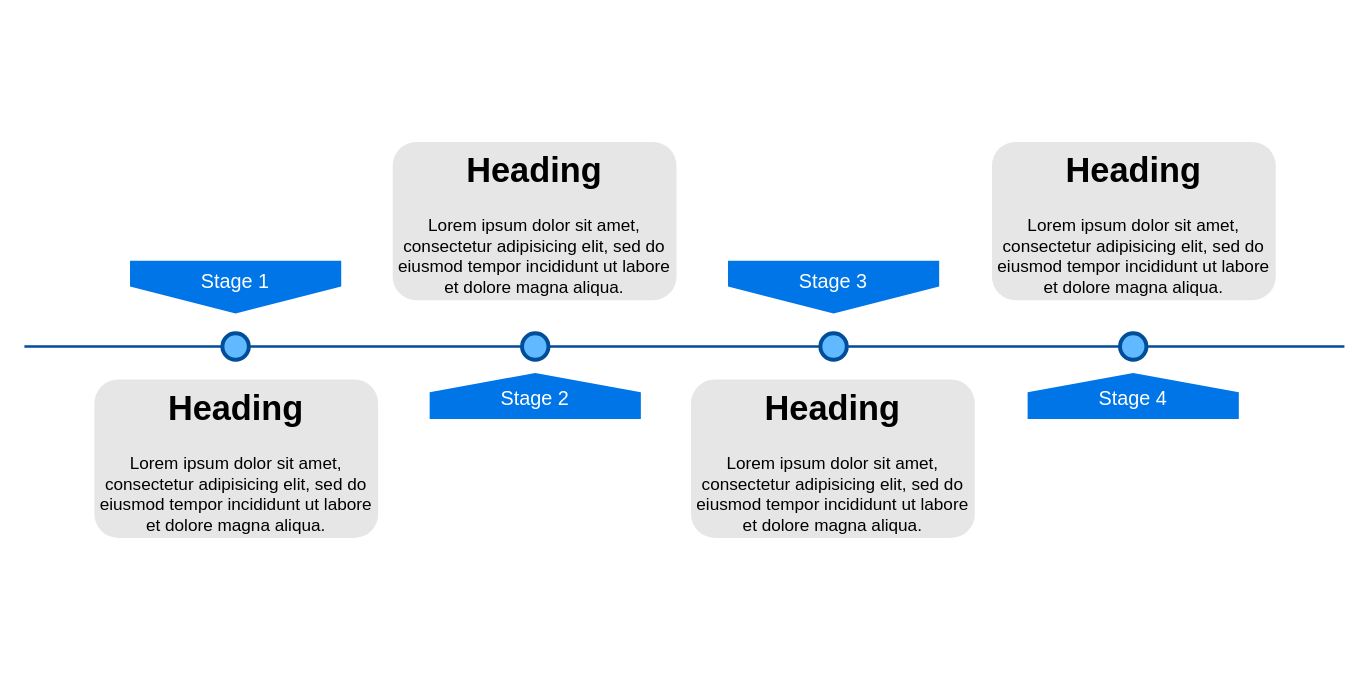
Before: what.drawio in MoveCloudROY/draw, a draw.io diagram. Source tidied: cells renumbered, new cells numbered last; positions are measured from the earlier drawing's top-left corner, leaving out a move shared by most shapes. Both pictures are drawn from the tidied source at 132%, with x=0, y=0 at pixel (24, 141).
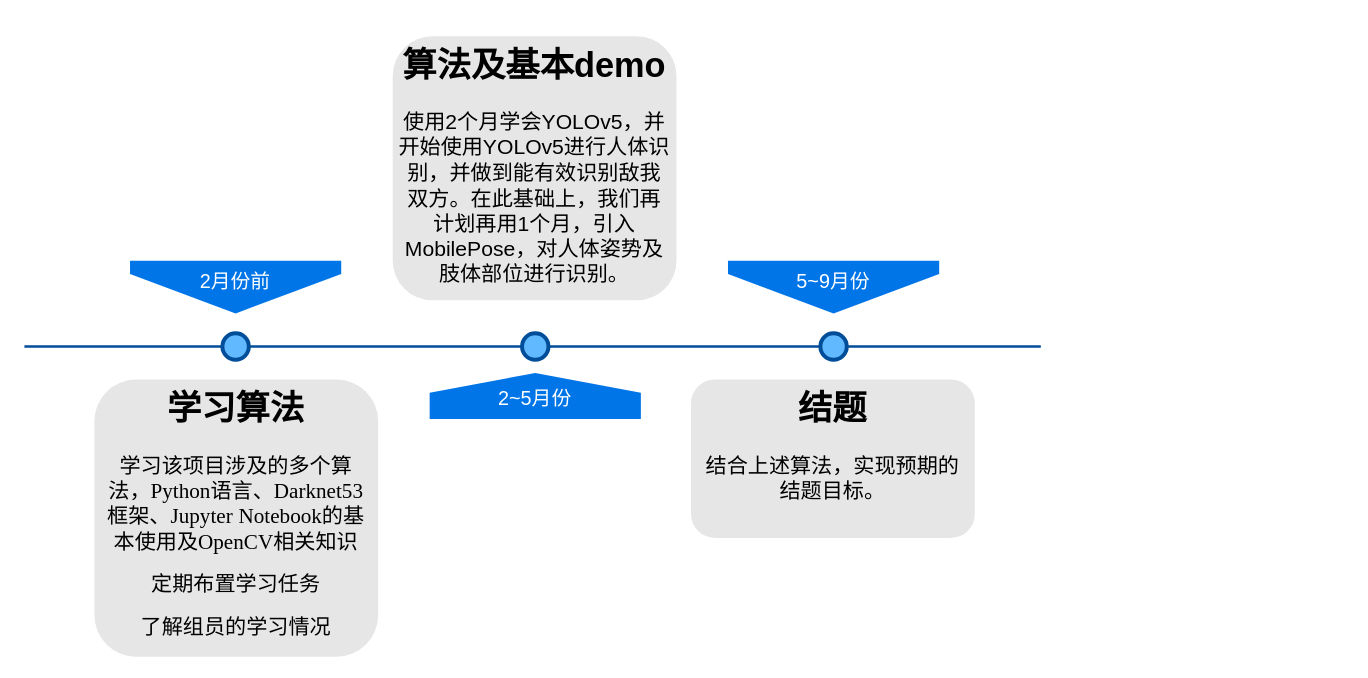
Above is the later version.

Diff of the diagram source:
```diff
@@
 <mxGraphModel>
   <root>
     <mxCell id="0" />
     <mxCell id="1" parent="0" />
     <mxCell id="2" style="line;strokeWidth=2;html=1;fillColor=none;fontSize=28;fontColor=#004D99;strokeColor=#004D99;" parent="1" vertex="1">
-      <mxGeometry y="150" width="1000" height="10" as="geometry" />
+      <mxGeometry y="150" width="770" height="10" as="geometry" />
     </mxCell>
-    <mxCell id="3" value="Stage 1" style="shape=offPageConnector;whiteSpace=wrap;html=1;fillColor=#0075E8;fontSize=15;fontColor=#FFFFFF;size=0.5093750000000015;verticalAlign=top;strokeColor=none;" parent="1" vertex="1">
+    <mxCell id="3" value="2月份前" style="shape=offPageConnector;whiteSpace=wrap;html=1;fillColor=#0075E8;fontSize=15;fontColor=#FFFFFF;size=0.75;verticalAlign=top;strokeColor=none;" parent="1" vertex="1">
       <mxGeometry x="80" y="90" width="160" height="40" as="geometry" />
     </mxCell>
-    <mxCell id="4" value="&lt;span&gt;Stage 3&lt;/span&gt;" style="shape=offPageConnector;whiteSpace=wrap;html=1;fillColor=#0075E8;fontSize=15;fontColor=#FFFFFF;size=0.5093750000000015;verticalAlign=top;strokeColor=none;" parent="1" vertex="1">
+    <mxCell id="4" value="&lt;span&gt;5~9月份&lt;/span&gt;" style="shape=offPageConnector;whiteSpace=wrap;html=1;fillColor=#0075E8;fontSize=15;fontColor=#FFFFFF;size=0.75;verticalAlign=top;strokeColor=none;" parent="1" vertex="1">
       <mxGeometry x="533" y="90" width="160" height="40" as="geometry" />
     </mxCell>
-    <mxCell id="5" value="&lt;span&gt;Stage 2&lt;/span&gt;" style="shape=offPageConnector;whiteSpace=wrap;html=1;fillColor=#0075E8;fontSize=15;fontColor=#FFFFFF;size=0.4178571428571445;flipV=1;verticalAlign=bottom;strokeColor=none;spacingBottom=4;" parent="1" vertex="1">
+    <mxCell id="5" value="&lt;span&gt;2~5月份&lt;/span&gt;" style="shape=offPageConnector;whiteSpace=wrap;html=1;fillColor=#0075E8;fontSize=15;fontColor=#FFFFFF;size=0.42857142857142855;flipV=1;verticalAlign=bottom;strokeColor=none;spacingBottom=4;" parent="1" vertex="1">
       <mxGeometry x="307" y="175" width="160" height="35" as="geometry" />
     </mxCell>
-    <mxCell id="6" value="&lt;span&gt;Stage 4&lt;/span&gt;" style="shape=offPageConnector;whiteSpace=wrap;html=1;fillColor=#0075E8;fontSize=15;fontColor=#FFFFFF;size=0.4178571428571445;flipV=1;verticalAlign=bottom;strokeColor=none;spacingBottom=4;" parent="1" vertex="1">
-      <mxGeometry x="760" y="175" width="160" height="35" as="geometry" />
-    </mxCell>
     <mxCell id="7" style="ellipse;whiteSpace=wrap;html=1;fillColor=#61BAFF;fontSize=28;fontColor=#004D99;strokeWidth=3;strokeColor=#004D99;" parent="1" vertex="1">
       <mxGeometry x="150" y="145" width="20" height="20" as="geometry" />
     </mxCell>
     <mxCell id="8" style="ellipse;whiteSpace=wrap;html=1;fillColor=#61BAFF;fontSize=28;fontColor=#004D99;strokeWidth=3;strokeColor=#004D99;" parent="1" vertex="1">
       <mxGeometry x="377" y="145" width="20" height="20" as="geometry" />
     </mxCell>
     <mxCell id="9" style="ellipse;whiteSpace=wrap;html=1;fillColor=#61BAFF;fontSize=28;fontColor=#004D99;strokeWidth=3;strokeColor=#004D99;" parent="1" vertex="1">
       <mxGeometry x="603" y="145" width="20" height="20" as="geometry" />
     </mxCell>
-    <mxCell id="10" style="ellipse;whiteSpace=wrap;html=1;fillColor=#61BAFF;fontSize=28;fontColor=#004D99;strokeWidth=3;strokeColor=#004D99;" parent="1" vertex="1">
-      <mxGeometry x="830" y="145" width="20" height="20" as="geometry" />
-    </mxCell>
-    <mxCell id="11" value="&lt;h1&gt;Heading&lt;/h1&gt;&lt;p&gt;Lorem ipsum dolor sit amet, consectetur adipisicing elit, sed do eiusmod tempor incididunt ut labore et dolore magna aliqua.&lt;/p&gt;" style="text;html=1;spacing=5;spacingTop=-20;whiteSpace=wrap;overflow=hidden;strokeColor=none;strokeWidth=3;fillColor=#E6E6E6;fontSize=13;fontColor=#000000;align=center;rounded=1;" parent="1" vertex="1">
-      <mxGeometry x="53" y="180" width="215" height="120" as="geometry" />
+    <mxCell id="11" value="&lt;h1&gt;学习算法&lt;/h1&gt;&lt;p&gt;&lt;span style=&quot;font-size: 12pt&quot;&gt;学习该项目涉及的多个算法，&lt;/span&gt;&lt;span lang=&quot;EN-US&quot; style=&quot;font-size: 12pt ; font-family: &amp;#34;times new roman&amp;#34; , serif&quot;&gt;Python&lt;/span&gt;&lt;span style=&quot;font-size: 12pt&quot;&gt;语言、&lt;/span&gt;&lt;span lang=&quot;EN-US&quot; style=&quot;font-size: 12pt ; font-family: &amp;#34;times new roman&amp;#34; , serif&quot;&gt;Darknet53&lt;/span&gt;&lt;span style=&quot;font-size: 12pt&quot;&gt;框架、&lt;/span&gt;&lt;span lang=&quot;EN-US&quot; style=&quot;font-size: 12pt ; font-family: &amp;#34;times new roman&amp;#34; , serif&quot;&gt;Jupyter&lt;/span&gt;&lt;span lang=&quot;EN-US&quot; style=&quot;font-size: 12pt&quot;&gt; &lt;/span&gt;&lt;span lang=&quot;EN-US&quot; style=&quot;font-size: 12pt ; font-family: &amp;#34;times new roman&amp;#34; , serif&quot;&gt;Notebook&lt;/span&gt;&lt;span style=&quot;font-size: 12pt&quot;&gt;的基本使用及&lt;/span&gt;&lt;span lang=&quot;EN-US&quot; style=&quot;font-size: 12pt ; font-family: &amp;#34;times new roman&amp;#34; , serif&quot;&gt;OpenCV&lt;/span&gt;&lt;span style=&quot;font-size: 12pt&quot;&gt;相关知识&lt;/span&gt;&lt;/p&gt;&lt;p&gt;&lt;span style=&quot;font-size: 12pt&quot;&gt;定期布置学习任务&lt;/span&gt;&lt;/p&gt;&lt;p&gt;&lt;span style=&quot;font-size: 12pt&quot;&gt;了解组员的学习情况&lt;/span&gt;&lt;span style=&quot;font-size: 12pt&quot;&gt;&lt;br&gt;&lt;/span&gt;&lt;/p&gt;" style="text;html=1;spacing=5;spacingTop=-20;whiteSpace=wrap;overflow=hidden;strokeColor=none;strokeWidth=3;fillColor=#E6E6E6;fontSize=13;fontColor=#000000;align=center;rounded=1;" parent="1" vertex="1">
+      <mxGeometry x="53" y="180" width="215" height="210" as="geometry" />
     </mxCell>
-    <mxCell id="12" value="&lt;h1&gt;Heading&lt;/h1&gt;&lt;p&gt;Lorem ipsum dolor sit amet, consectetur adipisicing elit, sed do eiusmod tempor incididunt ut labore et dolore magna aliqua.&lt;/p&gt;" style="text;html=1;spacing=5;spacingTop=-20;whiteSpace=wrap;overflow=hidden;strokeColor=none;strokeWidth=3;fillColor=#E6E6E6;fontSize=13;fontColor=#000000;align=center;rounded=1;" parent="1" vertex="1">
-      <mxGeometry x="279" width="215" height="120" as="geometry" />
+    <mxCell id="12" value="&lt;h1&gt;算法及基本demo&lt;/h1&gt;&lt;p&gt;&lt;font style=&quot;font-size: 16px&quot;&gt;使用2个月学会YOLOv5，并开始使用YOLOv5进行人体识别，并做到能有效识别敌我双方。在此基础上，我们再计划再用1个月，引入MobilePose，对人体姿势及肢体部位进行识别。&lt;/font&gt;&lt;/p&gt;" style="text;html=1;spacing=5;spacingTop=-20;whiteSpace=wrap;overflow=hidden;strokeColor=none;strokeWidth=3;fillColor=#E6E6E6;fontSize=13;fontColor=#000000;align=center;rounded=1;" parent="1" vertex="1">
+      <mxGeometry x="279" y="-80" width="215" height="200" as="geometry" />
     </mxCell>
-    <mxCell id="13" value="&lt;h1&gt;Heading&lt;/h1&gt;&lt;p&gt;Lorem ipsum dolor sit amet, consectetur adipisicing elit, sed do eiusmod tempor incididunt ut labore et dolore magna aliqua.&lt;/p&gt;" style="text;html=1;spacing=5;spacingTop=-20;whiteSpace=wrap;overflow=hidden;strokeColor=none;strokeWidth=3;fillColor=#E6E6E6;fontSize=13;fontColor=#000000;align=center;rounded=1;" parent="1" vertex="1">
+    <mxCell id="13" value="&lt;h1&gt;结题&lt;/h1&gt;&lt;div&gt;&lt;font style=&quot;font-size: 16px&quot;&gt;结合上述算法，实现预期的结题目标。&lt;/font&gt;&lt;br&gt;&lt;/div&gt;" style="text;html=1;spacing=5;spacingTop=-20;whiteSpace=wrap;overflow=hidden;strokeColor=none;strokeWidth=3;fillColor=#E6E6E6;fontSize=13;fontColor=#000000;align=center;rounded=1;" parent="1" vertex="1">
       <mxGeometry x="505" y="180" width="215" height="120" as="geometry" />
     </mxCell>
-    <mxCell id="14" value="&lt;h1&gt;Heading&lt;/h1&gt;&lt;p&gt;Lorem ipsum dolor sit amet, consectetur adipisicing elit, sed do eiusmod tempor incididunt ut labore et dolore magna aliqua.&lt;/p&gt;" style="text;html=1;spacing=5;spacingTop=-20;whiteSpace=wrap;overflow=hidden;strokeColor=none;strokeWidth=3;fillColor=#E6E6E6;fontSize=13;fontColor=#000000;align=center;rounded=1;" parent="1" vertex="1">
-      <mxGeometry x="733" width="215" height="120" as="geometry" />
-    </mxCell>
   </root>
 </mxGraphModel>
```
